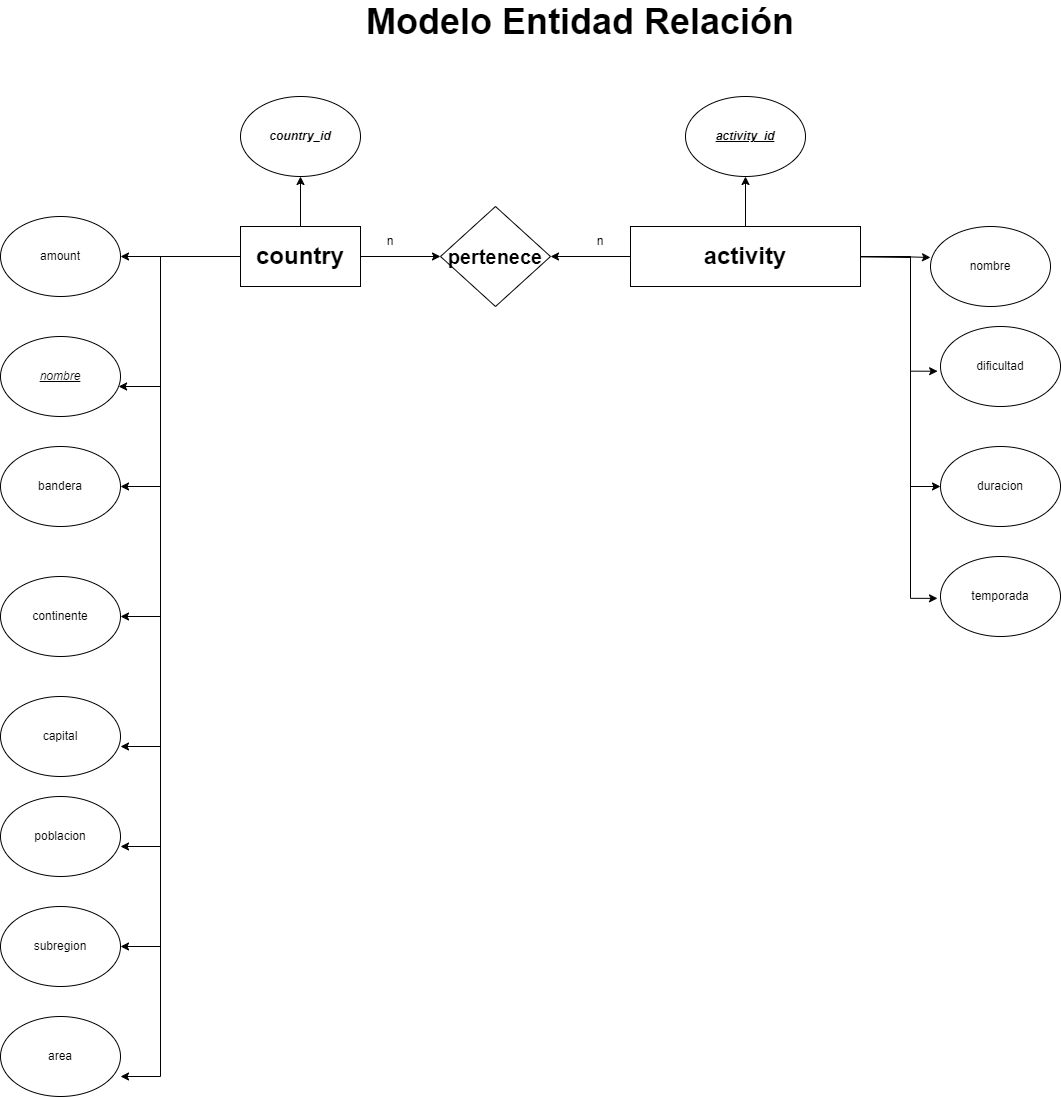
The draw.io diagram Countries.drawio.png in MilagrosGuillot/countriess, before a commit. Source tidied: cells renumbered, new cells last; positions are measured from the earlier drawing's top-left corner, leaving out a move shared by most shapes. Its diagram source:
```xml
<mxGraphModel>
  <root>
    <mxCell id="0" />
    <mxCell id="1" parent="0" />
    <mxCell id="2" style="edgeStyle=orthogonalEdgeStyle;rounded=0;jettySize=auto;html=1;entryX=1;entryY=0.5;entryDx=0;entryDy=0;" parent="1" edge="1" source="10" target="19">
      <mxGeometry relative="1" as="geometry" />
    </mxCell>
    <mxCell id="3" style="edgeStyle=orthogonalEdgeStyle;rounded=0;jettySize=auto;html=1;" parent="1" edge="1" source="10" target="22">
      <mxGeometry relative="1" as="geometry" />
    </mxCell>
    <mxCell id="4" style="edgeStyle=orthogonalEdgeStyle;rounded=0;orthogonalLoop=1;jettySize=auto;html=1;entryX=1;entryY=0.625;entryDx=0;entryDy=0;entryPerimeter=0;" parent="1" edge="1">
      <mxGeometry relative="1" as="geometry">
        <mxPoint x="240" y="250" as="sourcePoint" />
        <mxPoint x="120" y="740" as="targetPoint" />
        <Array as="points">
          <mxPoint x="160" y="250" />
          <mxPoint x="160" y="740" />
        </Array>
      </mxGeometry>
    </mxCell>
    <mxCell id="5" style="edgeStyle=orthogonalEdgeStyle;rounded=0;jettySize=auto;html=1;" parent="1" edge="1" target="20">
      <mxGeometry relative="1" as="geometry">
        <mxPoint x="260" y="250" as="sourcePoint" />
        <Array as="points">
          <mxPoint x="160" y="250" />
          <mxPoint x="160" y="380" />
        </Array>
      </mxGeometry>
    </mxCell>
    <mxCell id="6" style="edgeStyle=orthogonalEdgeStyle;rounded=0;jettySize=auto;html=1;entryX=1;entryY=0.5;entryDx=0;entryDy=0;entryPerimeter=0;" parent="1" edge="1" source="10" target="21">
      <mxGeometry relative="1" as="geometry">
        <Array as="points">
          <mxPoint x="160" y="250" />
          <mxPoint x="160" y="480" />
        </Array>
      </mxGeometry>
    </mxCell>
    <mxCell id="7" style="edgeStyle=orthogonalEdgeStyle;rounded=0;jettySize=auto;html=1;exitX=0.5;exitY=0;exitDx=0;exitDy=0;" parent="1" edge="1" source="10">
      <mxGeometry relative="1" as="geometry">
        <mxPoint x="300" y="170" as="targetPoint" />
      </mxGeometry>
    </mxCell>
    <mxCell id="8" style="edgeStyle=orthogonalEdgeStyle;rounded=0;jettySize=auto;html=1;exitX=0;exitY=0.5;exitDx=0;exitDy=0;entryX=1;entryY=0.5;entryDx=0;entryDy=0;" parent="1" edge="1" source="10" target="25">
      <mxGeometry relative="1" as="geometry">
        <Array as="points">
          <mxPoint x="160" y="250" />
          <mxPoint x="160" y="610" />
        </Array>
      </mxGeometry>
    </mxCell>
    <mxCell id="9" style="edgeStyle=orthogonalEdgeStyle;rounded=0;jettySize=auto;html=1;entryX=1;entryY=0.5;entryDx=0;entryDy=0;" parent="1" edge="1" source="10" target="34">
      <mxGeometry relative="1" as="geometry">
        <Array as="points">
          <mxPoint x="160" y="250" />
          <mxPoint x="160" y="940" />
        </Array>
      </mxGeometry>
    </mxCell>
    <mxCell id="10" value="&lt;span style=&quot;font-size: 24px;&quot;&gt;&lt;b&gt;country&lt;/b&gt;&lt;/span&gt;" style="rounded=0;whiteSpace=wrap;html=1;" parent="1" vertex="1">
      <mxGeometry x="240" y="220" width="120" height="60" as="geometry" />
    </mxCell>
    <mxCell id="11" style="edgeStyle=orthogonalEdgeStyle;rounded=0;jettySize=auto;html=1;entryX=1;entryY=0.5;entryDx=0;entryDy=0;" parent="1" edge="1" source="17" target="22">
      <mxGeometry relative="1" as="geometry" />
    </mxCell>
    <mxCell id="12" style="edgeStyle=orthogonalEdgeStyle;rounded=0;jettySize=auto;html=1;exitX=1;exitY=0.5;exitDx=0;exitDy=0;" parent="1" edge="1" source="17">
      <mxGeometry relative="1" as="geometry">
        <mxPoint x="930" y="250" as="targetPoint" />
        <Array as="points">
          <mxPoint x="895" y="250" />
          <mxPoint x="895" y="251" />
          <mxPoint x="930" y="251" />
        </Array>
      </mxGeometry>
    </mxCell>
    <mxCell id="13" style="edgeStyle=orthogonalEdgeStyle;rounded=0;jettySize=auto;html=1;exitX=0.5;exitY=0;exitDx=0;exitDy=0;entryX=0.5;entryY=1;entryDx=0;entryDy=0;" parent="1" edge="1" source="17" target="26">
      <mxGeometry relative="1" as="geometry" />
    </mxCell>
    <mxCell id="14" style="edgeStyle=orthogonalEdgeStyle;rounded=0;jettySize=auto;html=1;entryX=-0.025;entryY=0.523;entryDx=0;entryDy=0;entryPerimeter=0;" parent="1" edge="1" source="17" target="31">
      <mxGeometry relative="1" as="geometry">
        <Array as="points">
          <mxPoint x="910" y="250" />
          <mxPoint x="910" y="592" />
        </Array>
      </mxGeometry>
    </mxCell>
    <mxCell id="15" style="edgeStyle=orthogonalEdgeStyle;rounded=0;jettySize=auto;html=1;exitX=1;exitY=0.5;exitDx=0;exitDy=0;entryX=-0.024;entryY=0.559;entryDx=0;entryDy=0;entryPerimeter=0;" parent="1" edge="1" target="29">
      <mxGeometry relative="1" as="geometry">
        <mxPoint x="830" y="250" as="sourcePoint" />
        <Array as="points">
          <mxPoint x="830" y="251" />
          <mxPoint x="910" y="251" />
          <mxPoint x="910" y="365" />
        </Array>
      </mxGeometry>
    </mxCell>
    <mxCell id="16" style="edgeStyle=orthogonalEdgeStyle;rounded=0;jettySize=auto;html=1;exitX=1;exitY=0.5;exitDx=0;exitDy=0;entryX=0;entryY=0.5;entryDx=0;entryDy=0;" parent="1" edge="1" source="17" target="30">
      <mxGeometry relative="1" as="geometry">
        <Array as="points">
          <mxPoint x="910" y="250" />
          <mxPoint x="910" y="480" />
        </Array>
      </mxGeometry>
    </mxCell>
    <mxCell id="17" value="&lt;span style=&quot;font-size: 24px;&quot;&gt;&lt;b&gt;activity&lt;/b&gt;&lt;/span&gt;" style="rounded=0;whiteSpace=wrap;html=1;" parent="1" vertex="1">
      <mxGeometry x="630" y="220" width="230" height="60" as="geometry" />
    </mxCell>
    <mxCell id="18" value="&lt;b&gt;&lt;i&gt;country_id&lt;/i&gt;&lt;/b&gt;" style="ellipse;whiteSpace=wrap;html=1;" parent="1" vertex="1">
      <mxGeometry x="240" y="90" width="120" height="80" as="geometry" />
    </mxCell>
    <mxCell id="19" value="amount" style="ellipse;whiteSpace=wrap;html=1;" parent="1" vertex="1">
      <mxGeometry y="210" width="120" height="80" as="geometry" />
    </mxCell>
    <mxCell id="20" value="&lt;u&gt;&lt;i&gt;nombre&lt;/i&gt;&lt;/u&gt;" style="ellipse;whiteSpace=wrap;html=1;" parent="1" vertex="1">
      <mxGeometry y="330" width="120" height="80" as="geometry" />
    </mxCell>
    <mxCell id="21" value="bandera" style="ellipse;whiteSpace=wrap;html=1;" parent="1" vertex="1">
      <mxGeometry y="440" width="120" height="80" as="geometry" />
    </mxCell>
    <mxCell id="22" value="&lt;b&gt;&lt;font style=&quot;font-size: 20px;&quot;&gt;pertenece&lt;/font&gt;&lt;/b&gt;" style="rhombus;whiteSpace=wrap;html=1;rounded=0;" parent="1" vertex="1">
      <mxGeometry x="440" y="200" width="110" height="100" as="geometry" />
    </mxCell>
    <mxCell id="23" value="n" style="text;strokeColor=none;align=center;fillColor=none;html=1;verticalAlign=middle;whiteSpace=wrap;rounded=0;" parent="1" vertex="1">
      <mxGeometry x="360" y="220" width="60" height="30" as="geometry" />
    </mxCell>
    <mxCell id="24" value="n" style="text;strokeColor=none;align=center;fillColor=none;html=1;verticalAlign=middle;whiteSpace=wrap;rounded=0;" parent="1" vertex="1">
      <mxGeometry x="570" y="220" width="60" height="30" as="geometry" />
    </mxCell>
    <mxCell id="25" value="continente" style="ellipse;whiteSpace=wrap;html=1;" parent="1" vertex="1">
      <mxGeometry y="570" width="120" height="80" as="geometry" />
    </mxCell>
    <mxCell id="26" value="&lt;u style=&quot;border-color: var(--border-color);&quot;&gt;&lt;i style=&quot;border-color: var(--border-color);&quot;&gt;&lt;b&gt;activity_id&lt;/b&gt;&lt;/i&gt;&lt;/u&gt;" style="ellipse;whiteSpace=wrap;html=1;" parent="1" vertex="1">
      <mxGeometry x="685" y="90" width="120" height="80" as="geometry" />
    </mxCell>
    <mxCell id="27" value="nombre" style="ellipse;whiteSpace=wrap;html=1;" parent="1" vertex="1">
      <mxGeometry x="930" y="220" width="120" height="80" as="geometry" />
    </mxCell>
    <mxCell id="28" value="&lt;font style=&quot;font-size: 36px;&quot;&gt;&lt;b style=&quot;&quot;&gt;Modelo Entidad Relación&lt;/b&gt;&lt;/font&gt;" style="text;strokeColor=none;align=center;fillColor=none;html=1;verticalAlign=middle;whiteSpace=wrap;rounded=0;" parent="1" vertex="1">
      <mxGeometry x="300" width="560" height="30" as="geometry" />
    </mxCell>
    <mxCell id="29" value="dificultad" style="ellipse;whiteSpace=wrap;html=1;" parent="1" vertex="1">
      <mxGeometry x="940" y="320" width="120" height="80" as="geometry" />
    </mxCell>
    <mxCell id="30" value="duracion" style="ellipse;whiteSpace=wrap;html=1;" parent="1" vertex="1">
      <mxGeometry x="940" y="440" width="120" height="80" as="geometry" />
    </mxCell>
    <mxCell id="31" value="temporada" style="ellipse;whiteSpace=wrap;html=1;" parent="1" vertex="1">
      <mxGeometry x="940" y="550" width="120" height="80" as="geometry" />
    </mxCell>
    <mxCell id="32" value="capital" style="ellipse;whiteSpace=wrap;html=1;" parent="1" vertex="1">
      <mxGeometry y="690" width="120" height="80" as="geometry" />
    </mxCell>
    <mxCell id="33" value="poblacion&lt;span style=&quot;color: rgba(0, 0, 0, 0); font-family: monospace; font-size: 0px; text-align: start; text-wrap: nowrap;&quot;&gt;%3CmxGraphModel%3E%3Croot%3E%3CmxCell%20id%3D%220%22%2F%3E%3CmxCell%20id%3D%221%22%20parent%3D%220%22%2F%3E%3CmxCell%20id%3D%222%22%20value%3D%22continente%22%20style%3D%22ellipse%3BwhiteSpace%3Dwrap%3Bhtml%3D1%3B%22%20vertex%3D%221%22%20parent%3D%221%22%3E%3CmxGeometry%20x%3D%2210%22%20y%3D%22670%22%20width%3D%22120%22%20height%3D%2280%22%20as%3D%22geometry%22%2F%3E%3C%2FmxCell%3E%3C%2Froot%3E%3C%2FmxGraphModel%3E&lt;/span&gt;" style="ellipse;whiteSpace=wrap;html=1;" parent="1" vertex="1">
      <mxGeometry y="790" width="120" height="80" as="geometry" />
    </mxCell>
    <mxCell id="34" value="subregion" style="ellipse;whiteSpace=wrap;html=1;" parent="1" vertex="1">
      <mxGeometry y="900" width="120" height="80" as="geometry" />
    </mxCell>
    <mxCell id="35" value="area" style="ellipse;whiteSpace=wrap;html=1;" parent="1" vertex="1">
      <mxGeometry y="1010" width="120" height="80" as="geometry" />
    </mxCell>
    <mxCell id="36" style="edgeStyle=orthogonalEdgeStyle;rounded=0;jettySize=auto;html=1;exitX=0;exitY=0.5;exitDx=0;exitDy=0;entryX=1;entryY=0.625;entryDx=0;entryDy=0;entryPerimeter=0;" parent="1" edge="1" source="10" target="33">
      <mxGeometry relative="1" as="geometry">
        <Array as="points">
          <mxPoint x="160" y="250" />
          <mxPoint x="160" y="840" />
        </Array>
      </mxGeometry>
    </mxCell>
    <mxCell id="37" style="edgeStyle=orthogonalEdgeStyle;rounded=0;jettySize=auto;html=1;exitX=0;exitY=0.5;exitDx=0;exitDy=0;entryX=1;entryY=0.75;entryDx=0;entryDy=0;entryPerimeter=0;" parent="1" edge="1" source="10" target="35">
      <mxGeometry relative="1" as="geometry">
        <Array as="points">
          <mxPoint x="160" y="250" />
          <mxPoint x="160" y="1070" />
        </Array>
      </mxGeometry>
    </mxCell>
  </root>
</mxGraphModel>
```
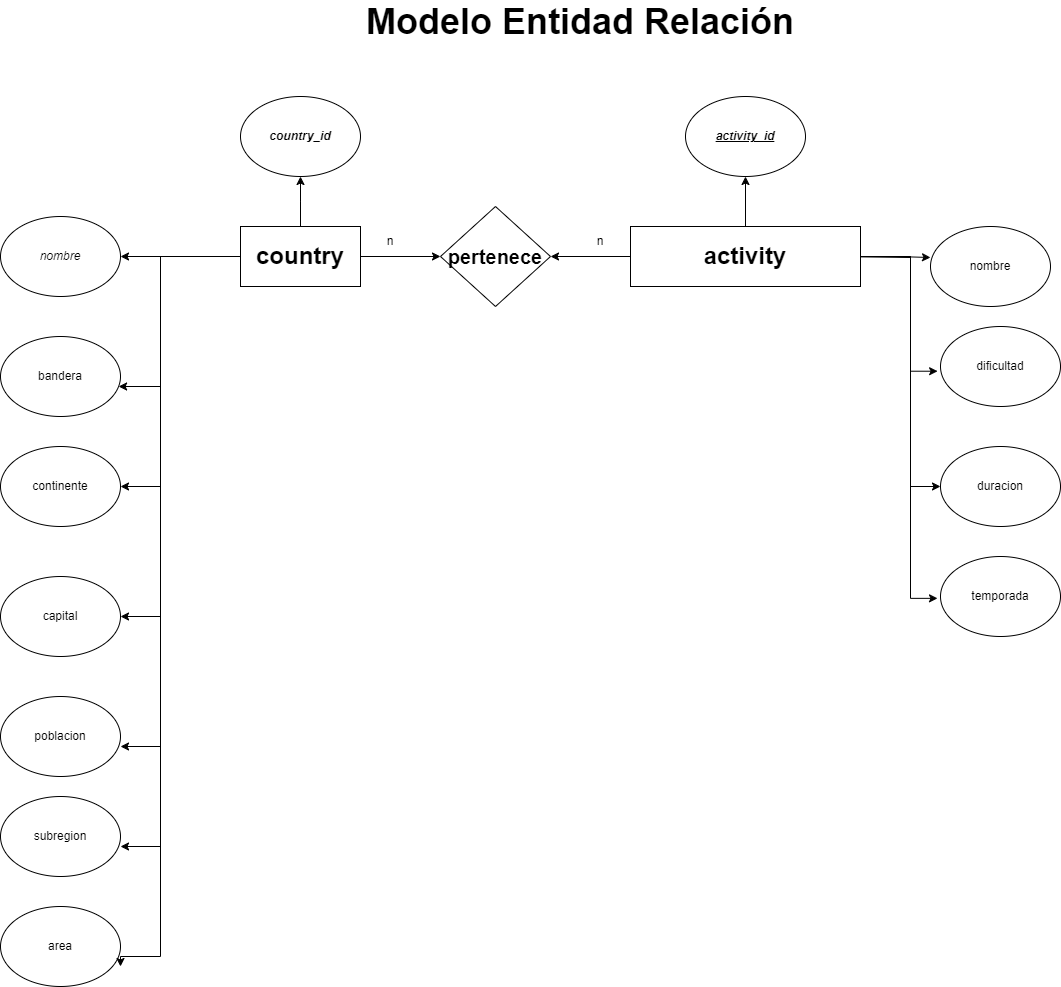
The same diagram one commit later.

What changed in the source:
```diff
@@ -48,14 +48,6 @@
         </Array>
       </mxGeometry>
     </mxCell>
-    <mxCell id="9" style="edgeStyle=orthogonalEdgeStyle;rounded=0;jettySize=auto;html=1;entryX=1;entryY=0.5;entryDx=0;entryDy=0;" parent="1" edge="1" source="10" target="34">
-      <mxGeometry relative="1" as="geometry">
-        <Array as="points">
-          <mxPoint x="160" y="250" />
-          <mxPoint x="160" y="940" />
-        </Array>
-      </mxGeometry>
-    </mxCell>
     <mxCell id="10" value="&lt;span style=&quot;font-size: 24px;&quot;&gt;&lt;b&gt;country&lt;/b&gt;&lt;/span&gt;" style="rounded=0;whiteSpace=wrap;html=1;" parent="1" vertex="1">
       <mxGeometry x="240" y="220" width="120" height="60" as="geometry" />
     </mxCell>
@@ -107,13 +99,13 @@
     <mxCell id="18" value="&lt;b&gt;&lt;i&gt;country_id&lt;/i&gt;&lt;/b&gt;" style="ellipse;whiteSpace=wrap;html=1;" parent="1" vertex="1">
       <mxGeometry x="240" y="90" width="120" height="80" as="geometry" />
     </mxCell>
-    <mxCell id="19" value="amount" style="ellipse;whiteSpace=wrap;html=1;" parent="1" vertex="1">
+    <mxCell id="19" value="&lt;i style=&quot;&quot;&gt;nombre&lt;/i&gt;" style="ellipse;whiteSpace=wrap;html=1;" parent="1" vertex="1">
       <mxGeometry y="210" width="120" height="80" as="geometry" />
     </mxCell>
-    <mxCell id="20" value="&lt;u&gt;&lt;i&gt;nombre&lt;/i&gt;&lt;/u&gt;" style="ellipse;whiteSpace=wrap;html=1;" parent="1" vertex="1">
+    <mxCell id="20" value="bandera" style="ellipse;whiteSpace=wrap;html=1;" parent="1" vertex="1">
       <mxGeometry y="330" width="120" height="80" as="geometry" />
     </mxCell>
-    <mxCell id="21" value="bandera" style="ellipse;whiteSpace=wrap;html=1;" parent="1" vertex="1">
+    <mxCell id="21" value="continente" style="ellipse;whiteSpace=wrap;html=1;" parent="1" vertex="1">
       <mxGeometry y="440" width="120" height="80" as="geometry" />
     </mxCell>
     <mxCell id="22" value="&lt;b&gt;&lt;font style=&quot;font-size: 20px;&quot;&gt;pertenece&lt;/font&gt;&lt;/b&gt;" style="rhombus;whiteSpace=wrap;html=1;rounded=0;" parent="1" vertex="1">
@@ -125,7 +117,7 @@
     <mxCell id="24" value="n" style="text;strokeColor=none;align=center;fillColor=none;html=1;verticalAlign=middle;whiteSpace=wrap;rounded=0;" parent="1" vertex="1">
       <mxGeometry x="570" y="220" width="60" height="30" as="geometry" />
     </mxCell>
-    <mxCell id="25" value="continente" style="ellipse;whiteSpace=wrap;html=1;" parent="1" vertex="1">
+    <mxCell id="25" value="capital" style="ellipse;whiteSpace=wrap;html=1;" parent="1" vertex="1">
       <mxGeometry y="570" width="120" height="80" as="geometry" />
     </mxCell>
     <mxCell id="26" value="&lt;u style=&quot;border-color: var(--border-color);&quot;&gt;&lt;i style=&quot;border-color: var(--border-color);&quot;&gt;&lt;b&gt;activity_id&lt;/b&gt;&lt;/i&gt;&lt;/u&gt;" style="ellipse;whiteSpace=wrap;html=1;" parent="1" vertex="1">
@@ -146,17 +138,14 @@
     <mxCell id="31" value="temporada" style="ellipse;whiteSpace=wrap;html=1;" parent="1" vertex="1">
       <mxGeometry x="940" y="550" width="120" height="80" as="geometry" />
     </mxCell>
-    <mxCell id="32" value="capital" style="ellipse;whiteSpace=wrap;html=1;" parent="1" vertex="1">
+    <mxCell id="32" value="poblacion&lt;span style=&quot;text-wrap: nowrap; color: rgba(0, 0, 0, 0); font-family: monospace; font-size: 0px; text-align: start;&quot;&gt;%3CmxGraphModel%3E%3Croot%3E%3CmxCell%20id%3D%220%22%2F%3E%3CmxCell%20id%3D%221%22%20parent%3D%220%22%2F%3E%3CmxCell%20id%3D%222%22%20value%3D%22continente%22%20style%3D%22ellipse%3BwhiteSpace%3Dwrap%3Bhtml%3D1%3B%22%20vertex%3D%221%22%20parent%3D%221%22%3E%3CmxGeometry%20x%3D%2210%22%20y%3D%22670%22%20width%3D%22120%22%20height%3D%2280%22%20as%3D%22geometry%22%2F%3E%3C%2FmxCell%3E%3C%2Froot%3E%3C%2FmxGraphModel%3E&lt;/span&gt;" style="ellipse;whiteSpace=wrap;html=1;" parent="1" vertex="1">
       <mxGeometry y="690" width="120" height="80" as="geometry" />
     </mxCell>
-    <mxCell id="33" value="poblacion&lt;span style=&quot;color: rgba(0, 0, 0, 0); font-family: monospace; font-size: 0px; text-align: start; text-wrap: nowrap;&quot;&gt;%3CmxGraphModel%3E%3Croot%3E%3CmxCell%20id%3D%220%22%2F%3E%3CmxCell%20id%3D%221%22%20parent%3D%220%22%2F%3E%3CmxCell%20id%3D%222%22%20value%3D%22continente%22%20style%3D%22ellipse%3BwhiteSpace%3Dwrap%3Bhtml%3D1%3B%22%20vertex%3D%221%22%20parent%3D%221%22%3E%3CmxGeometry%20x%3D%2210%22%20y%3D%22670%22%20width%3D%22120%22%20height%3D%2280%22%20as%3D%22geometry%22%2F%3E%3C%2FmxCell%3E%3C%2Froot%3E%3C%2FmxGraphModel%3E&lt;/span&gt;" style="ellipse;whiteSpace=wrap;html=1;" parent="1" vertex="1">
+    <mxCell id="33" value="subregion" style="ellipse;whiteSpace=wrap;html=1;" parent="1" vertex="1">
       <mxGeometry y="790" width="120" height="80" as="geometry" />
     </mxCell>
-    <mxCell id="34" value="subregion" style="ellipse;whiteSpace=wrap;html=1;" parent="1" vertex="1">
-      <mxGeometry y="900" width="120" height="80" as="geometry" />
-    </mxCell>
     <mxCell id="35" value="area" style="ellipse;whiteSpace=wrap;html=1;" parent="1" vertex="1">
-      <mxGeometry y="1010" width="120" height="80" as="geometry" />
+      <mxGeometry y="900" width="120" height="80" as="geometry" />
     </mxCell>
     <mxCell id="36" style="edgeStyle=orthogonalEdgeStyle;rounded=0;jettySize=auto;html=1;exitX=0;exitY=0.5;exitDx=0;exitDy=0;entryX=1;entryY=0.625;entryDx=0;entryDy=0;entryPerimeter=0;" parent="1" edge="1" source="10" target="33">
       <mxGeometry relative="1" as="geometry">
@@ -170,7 +159,7 @@
       <mxGeometry relative="1" as="geometry">
         <Array as="points">
           <mxPoint x="160" y="250" />
-          <mxPoint x="160" y="1070" />
+          <mxPoint x="160" y="950" />
         </Array>
       </mxGeometry>
     </mxCell>
```
